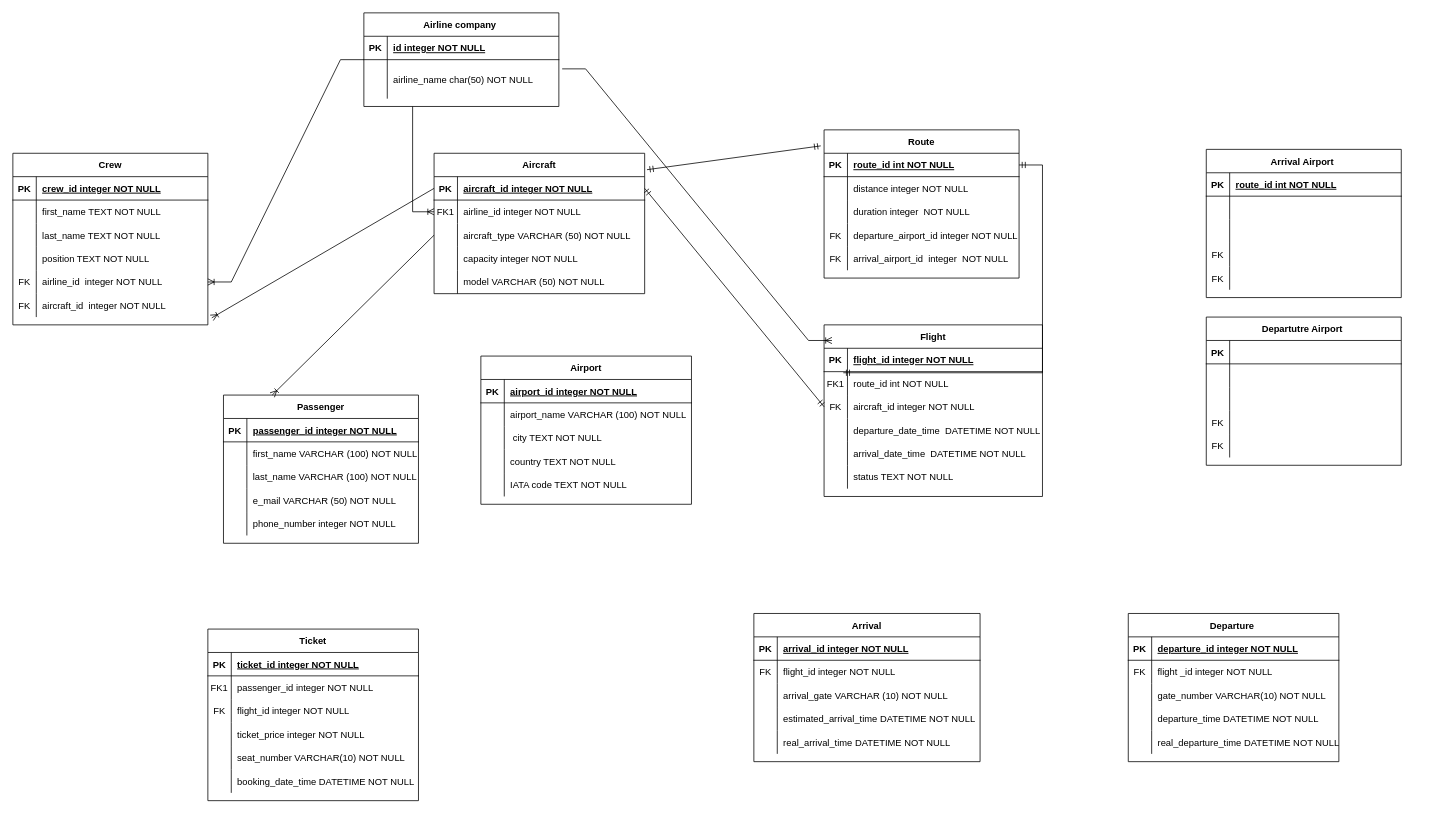
The draw.io diagram model_conceptual.drawio in vladmagosin/examen_sem_1_db, before the edit. Source tidied: cells renumbered, new cells numbered last; positions are measured from the earlier drawing's top-left corner, leaving out a move shared by most shapes. Both pictures are drawn from the tidied source at 78%, with x=0, y=0 at pixel (12, 12).
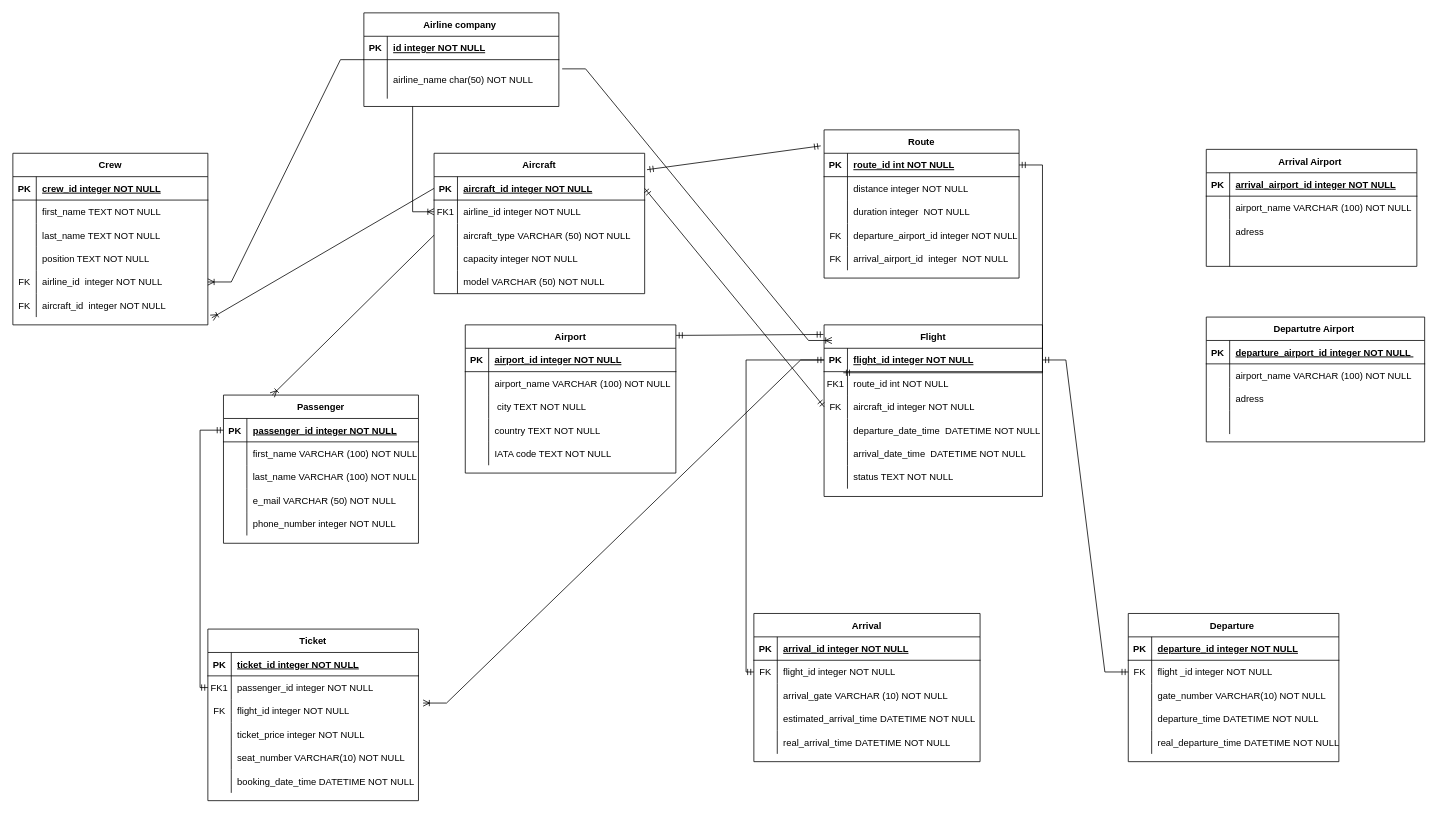
The same diagram, later.

Unchanged cells that the change refers to:
```xml
<mxCell id="19" style="shape=partialRectangle;fillColor=none;points=[[0,0.5],[1,0.5]];portConstraint=eastwest;top=0;left=0;right=0;bottom=1;" parent="18" vertex="1">
  <mxGeometry y="30" width="250" height="30" as="geometry" />
</mxCell>
<mxCell id="41" value="Flight" style="shape=table;startSize=30;childLayout=tableLayout;rowLines=0;fontStyle=1;align=center;" parent="1" vertex="1">
  <mxGeometry x="1040" y="400" width="280" height="220" as="geometry" />
</mxCell>
<mxCell id="42" style="shape=partialRectangle;fillColor=none;points=[[0,0.5],[1,0.5]];portConstraint=eastwest;top=0;left=0;right=0;bottom=1;" parent="41" vertex="1">
  <mxGeometry y="30" width="280" height="30" as="geometry" />
</mxCell>
<mxCell id="115" style="shape=partialRectangle;fillColor=none;points=[[0,0.5],[1,0.5]];portConstraint=eastwest;top=0;left=0;right=0;bottom=0;" parent="111" vertex="1">
  <mxGeometry y="60" width="270" height="30" as="geometry" />
</mxCell>
<mxCell id="118" style="shape=partialRectangle;fillColor=none;points=[[0,0.5],[1,0.5]];portConstraint=eastwest;top=0;left=0;right=0;bottom=0;" parent="111" vertex="1">
  <mxGeometry y="90" width="270" height="30" as="geometry" />
</mxCell>
<mxCell id="134" style="shape=partialRectangle;fillColor=none;points=[[0,0.5],[1,0.5]];portConstraint=eastwest;top=0;left=0;right=0;bottom=0;" parent="130" vertex="1">
  <mxGeometry y="60" width="270" height="30" as="geometry" />
</mxCell>
<mxCell id="150" style="shape=partialRectangle;fillColor=none;points=[[0,0.5],[1,0.5]];portConstraint=eastwest;top=0;left=0;right=0;bottom=0;" parent="146" vertex="1">
  <mxGeometry y="60" width="290" height="30" as="geometry" />
</mxCell>
```

Diff of the diagram source:
```diff
@@
     <mxCell id="95" value="Airport" style="shape=table;startSize=30;childLayout=tableLayout;rowLines=0;fontStyle=1;align=center;" parent="1" vertex="1">
-      <mxGeometry x="600" y="440" width="270" height="190" as="geometry" />
+      <mxGeometry x="580" y="400" width="270" height="190" as="geometry" />
     </mxCell>
@@
     <mxCell id="167" value="Arrival Airport " style="shape=table;startSize=30;childLayout=tableLayout;rowLines=0;fontStyle=1;align=center;" parent="1" vertex="1">
-      <mxGeometry x="1530" y="175" width="250" height="190" as="geometry" />
+      <mxGeometry x="1530" y="175" width="270" height="150" as="geometry" />
     </mxCell>
     <mxCell id="168" style="shape=partialRectangle;fillColor=none;top=0;left=0;right=0;bottom=1;" parent="167" vertex="1">
-      <mxGeometry y="30" width="250" height="30" as="geometry" />
+      <mxGeometry y="30" width="270" height="30" as="geometry" />
     </mxCell>
@@
-    <mxCell id="170" value="route_id int NOT NULL " style="shape=partialRectangle;overflow=hidden;fillColor=none;top=0;left=0;bottom=0;right=0;align=left;spacingLeft=6;fontStyle=5;" parent="168" vertex="1">
-      <mxGeometry x="30" width="220" height="30" as="geometry" />
+    <mxCell id="170" value="arrival_airport_id integer NOT NULL " style="shape=partialRectangle;overflow=hidden;fillColor=none;top=0;left=0;bottom=0;right=0;align=left;spacingLeft=6;fontStyle=5;" parent="168" vertex="1">
+      <mxGeometry x="30" width="240" height="30" as="geometry" />
     </mxCell>
     <mxCell id="171" style="shape=partialRectangle;fillColor=none;top=0;left=0;right=0;bottom=0;" parent="167" vertex="1">
-      <mxGeometry y="60" width="250" height="30" as="geometry" />
+      <mxGeometry y="60" width="270" height="30" as="geometry" />
     </mxCell>
@@
-    <mxCell id="173" style="shape=partialRectangle;overflow=hidden;fillColor=none;top=0;left=0;bottom=0;right=0;align=left;spacingLeft=6;" parent="171" vertex="1">
-      <mxGeometry x="30" width="220" height="30" as="geometry" />
+    <mxCell id="173" value="airport_name VARCHAR (100) NOT NULL" style="shape=partialRectangle;overflow=hidden;fillColor=none;top=0;left=0;bottom=0;right=0;align=left;spacingLeft=6;" parent="171" vertex="1">
+      <mxGeometry x="30" width="240" height="30" as="geometry" />
     </mxCell>
     <mxCell id="174" style="shape=partialRectangle;fillColor=none;top=0;left=0;right=0;bottom=0;" parent="167" vertex="1">
-      <mxGeometry y="90" width="250" height="30" as="geometry" />
+      <mxGeometry y="90" width="270" height="30" as="geometry" />
     </mxCell>
@@
-    <mxCell id="176" style="shape=partialRectangle;overflow=hidden;fillColor=none;top=0;left=0;bottom=0;right=0;align=left;spacingLeft=6;" parent="174" vertex="1">
-      <mxGeometry x="30" width="220" height="30" as="geometry" />
+    <mxCell id="176" value="adress" style="shape=partialRectangle;overflow=hidden;fillColor=none;top=0;left=0;bottom=0;right=0;align=left;spacingLeft=6;" parent="174" vertex="1">
+      <mxGeometry x="30" width="240" height="30" as="geometry" />
     </mxCell>
     <mxCell id="177" style="shape=partialRectangle;fillColor=none;top=0;left=0;right=0;bottom=0;" parent="167" vertex="1">
-      <mxGeometry y="120" width="250" height="30" as="geometry" />
+      <mxGeometry y="120" width="270" height="30" as="geometry" />
     </mxCell>
-    <mxCell id="178" value="FK" style="shape=partialRectangle;overflow=hidden;fillColor=none;top=0;left=0;bottom=0;right=0;" parent="177" vertex="1">
+    <mxCell id="178" style="shape=partialRectangle;overflow=hidden;fillColor=none;top=0;left=0;bottom=0;right=0;" parent="177" vertex="1">
       <mxGeometry width="30" height="30" as="geometry" />
     </mxCell>
     <mxCell id="179" style="shape=partialRectangle;overflow=hidden;fillColor=none;top=0;left=0;bottom=0;right=0;align=left;spacingLeft=6;" parent="177" vertex="1">
-      <mxGeometry x="30" width="220" height="30" as="geometry" />
+      <mxGeometry x="30" width="240" height="30" as="geometry" />
     </mxCell>
-    <mxCell id="180" style="shape=partialRectangle;fillColor=none;top=0;left=0;right=0;bottom=0;" parent="167" vertex="1">
-      <mxGeometry y="150" width="250" height="30" as="geometry" />
-    </mxCell>
-    <mxCell id="181" value="FK" style="shape=partialRectangle;overflow=hidden;fillColor=none;top=0;left=0;bottom=0;right=0;" parent="180" vertex="1">
-      <mxGeometry width="30" height="30" as="geometry" />
-    </mxCell>
-    <mxCell id="182" style="shape=partialRectangle;overflow=hidden;fillColor=none;top=0;left=0;bottom=0;right=0;align=left;spacingLeft=6;" parent="180" vertex="1">
-      <mxGeometry x="30" width="220" height="30" as="geometry" />
-    </mxCell>
     <mxCell id="183" value="Departutre Airport " style="shape=table;startSize=30;childLayout=tableLayout;rowLines=0;fontStyle=1;align=center;" parent="1" vertex="1">
-      <mxGeometry x="1530" y="390" width="250" height="190" as="geometry" />
+      <mxGeometry x="1530" y="390" width="280" height="160" as="geometry" />
     </mxCell>
     <mxCell id="184" style="shape=partialRectangle;fillColor=none;top=0;left=0;right=0;bottom=1;" parent="183" vertex="1">
-      <mxGeometry y="30" width="250" height="30" as="geometry" />
+      <mxGeometry y="30" width="280" height="30" as="geometry" />
     </mxCell>
@@
-    <mxCell id="186" style="shape=partialRectangle;overflow=hidden;fillColor=none;top=0;left=0;bottom=0;right=0;align=left;spacingLeft=6;fontStyle=5;" parent="184" vertex="1">
-      <mxGeometry x="30" width="220" height="30" as="geometry" />
+    <mxCell id="186" value="departure_airport_id integer NOT NULL " style="shape=partialRectangle;overflow=hidden;fillColor=none;top=0;left=0;bottom=0;right=0;align=left;spacingLeft=6;fontStyle=5;" parent="184" vertex="1">
+      <mxGeometry x="30" width="250" height="30" as="geometry" />
     </mxCell>
     <mxCell id="187" style="shape=partialRectangle;fillColor=none;top=0;left=0;right=0;bottom=0;" parent="183" vertex="1">
-      <mxGeometry y="60" width="250" height="30" as="geometry" />
+      <mxGeometry y="60" width="280" height="30" as="geometry" />
     </mxCell>
@@
-    <mxCell id="189" style="shape=partialRectangle;overflow=hidden;fillColor=none;top=0;left=0;bottom=0;right=0;align=left;spacingLeft=6;" parent="187" vertex="1">
-      <mxGeometry x="30" width="220" height="30" as="geometry" />
+    <mxCell id="189" value="airport_name VARCHAR (100) NOT NULL" style="shape=partialRectangle;overflow=hidden;fillColor=none;top=0;left=0;bottom=0;right=0;align=left;spacingLeft=6;" parent="187" vertex="1">
+      <mxGeometry x="30" width="250" height="30" as="geometry" />
     </mxCell>
     <mxCell id="190" style="shape=partialRectangle;fillColor=none;top=0;left=0;right=0;bottom=0;" parent="183" vertex="1">
-      <mxGeometry y="90" width="250" height="30" as="geometry" />
+      <mxGeometry y="90" width="280" height="30" as="geometry" />
     </mxCell>
@@
-    <mxCell id="192" style="shape=partialRectangle;overflow=hidden;fillColor=none;top=0;left=0;bottom=0;right=0;align=left;spacingLeft=6;" parent="190" vertex="1">
-      <mxGeometry x="30" width="220" height="30" as="geometry" />
+    <mxCell id="192" value="adress" style="shape=partialRectangle;overflow=hidden;fillColor=none;top=0;left=0;bottom=0;right=0;align=left;spacingLeft=6;" parent="190" vertex="1">
+      <mxGeometry x="30" width="250" height="30" as="geometry" />
     </mxCell>
     <mxCell id="193" style="shape=partialRectangle;fillColor=none;top=0;left=0;right=0;bottom=0;" parent="183" vertex="1">
-      <mxGeometry y="120" width="250" height="30" as="geometry" />
+      <mxGeometry y="120" width="280" height="30" as="geometry" />
     </mxCell>
-    <mxCell id="194" value="FK" style="shape=partialRectangle;overflow=hidden;fillColor=none;top=0;left=0;bottom=0;right=0;" parent="193" vertex="1">
+    <mxCell id="194" style="shape=partialRectangle;overflow=hidden;fillColor=none;top=0;left=0;bottom=0;right=0;" parent="193" vertex="1">
       <mxGeometry width="30" height="30" as="geometry" />
     </mxCell>
     <mxCell id="195" style="shape=partialRectangle;overflow=hidden;fillColor=none;top=0;left=0;bottom=0;right=0;align=left;spacingLeft=6;" parent="193" vertex="1">
-      <mxGeometry x="30" width="220" height="30" as="geometry" />
+      <mxGeometry x="30" width="250" height="30" as="geometry" />
     </mxCell>
-    <mxCell id="196" style="shape=partialRectangle;fillColor=none;top=0;left=0;right=0;bottom=0;" parent="183" vertex="1">
-      <mxGeometry y="150" width="250" height="30" as="geometry" />
-    </mxCell>
-    <mxCell id="197" value="FK" style="shape=partialRectangle;overflow=hidden;fillColor=none;top=0;left=0;bottom=0;right=0;" parent="196" vertex="1">
-      <mxGeometry width="30" height="30" as="geometry" />
-    </mxCell>
-    <mxCell id="198" style="shape=partialRectangle;overflow=hidden;fillColor=none;top=0;left=0;bottom=0;right=0;align=left;spacingLeft=6;" parent="196" vertex="1">
-      <mxGeometry x="30" width="220" height="30" as="geometry" />
-    </mxCell>
@@
+    <mxCell id="202" style="fontSize=12;html=1;endArrow=ERmandOne;startArrow=ERmandOne;rounded=0;edgeStyle=orthogonalEdgeStyle;entryX=0;entryY=0.5;entryDx=0;entryDy=0;exitX=0;exitY=0.5;exitDx=0;exitDy=0;" parent="1" edge="1" source="115" target="19">
+      <mxGeometry relative="1" as="geometry" />
+    </mxCell>
+    <mxCell id="203" style="edgeStyle=entityRelationEdgeStyle;fontSize=12;html=1;endArrow=ERoneToMany;rounded=0;entryX=1.022;entryY=0.162;entryDx=0;entryDy=0;entryPerimeter=0;" parent="1" edge="1" source="42" target="118">
+      <mxGeometry relative="1" as="geometry">
+        <Array as="points">
+          <mxPoint x="690" y="900" />
+        </Array>
+      </mxGeometry>
+    </mxCell>
+    <mxCell id="204" style="fontSize=12;html=1;endArrow=ERmandOne;startArrow=ERmandOne;rounded=0;entryX=-0.003;entryY=0.056;entryDx=0;entryDy=0;entryPerimeter=0;exitX=1.001;exitY=0.071;exitDx=0;exitDy=0;exitPerimeter=0;" parent="1" edge="1" source="95" target="41">
+      <mxGeometry relative="1" as="geometry" />
+    </mxCell>
+    <mxCell id="205" style="edgeStyle=entityRelationEdgeStyle;fontSize=12;html=1;endArrow=ERmandOne;startArrow=ERmandOne;rounded=0;" parent="1" edge="1" source="42" target="134">
+      <mxGeometry relative="1" as="geometry" />
+    </mxCell>
+    <mxCell id="206" style="fontSize=12;html=1;endArrow=ERmandOne;startArrow=ERmandOne;rounded=0;entryX=0;entryY=0.5;entryDx=0;entryDy=0;edgeStyle=orthogonalEdgeStyle;" parent="1" edge="1" source="42" target="150">
+      <mxGeometry relative="1" as="geometry" />
+    </mxCell>
```
